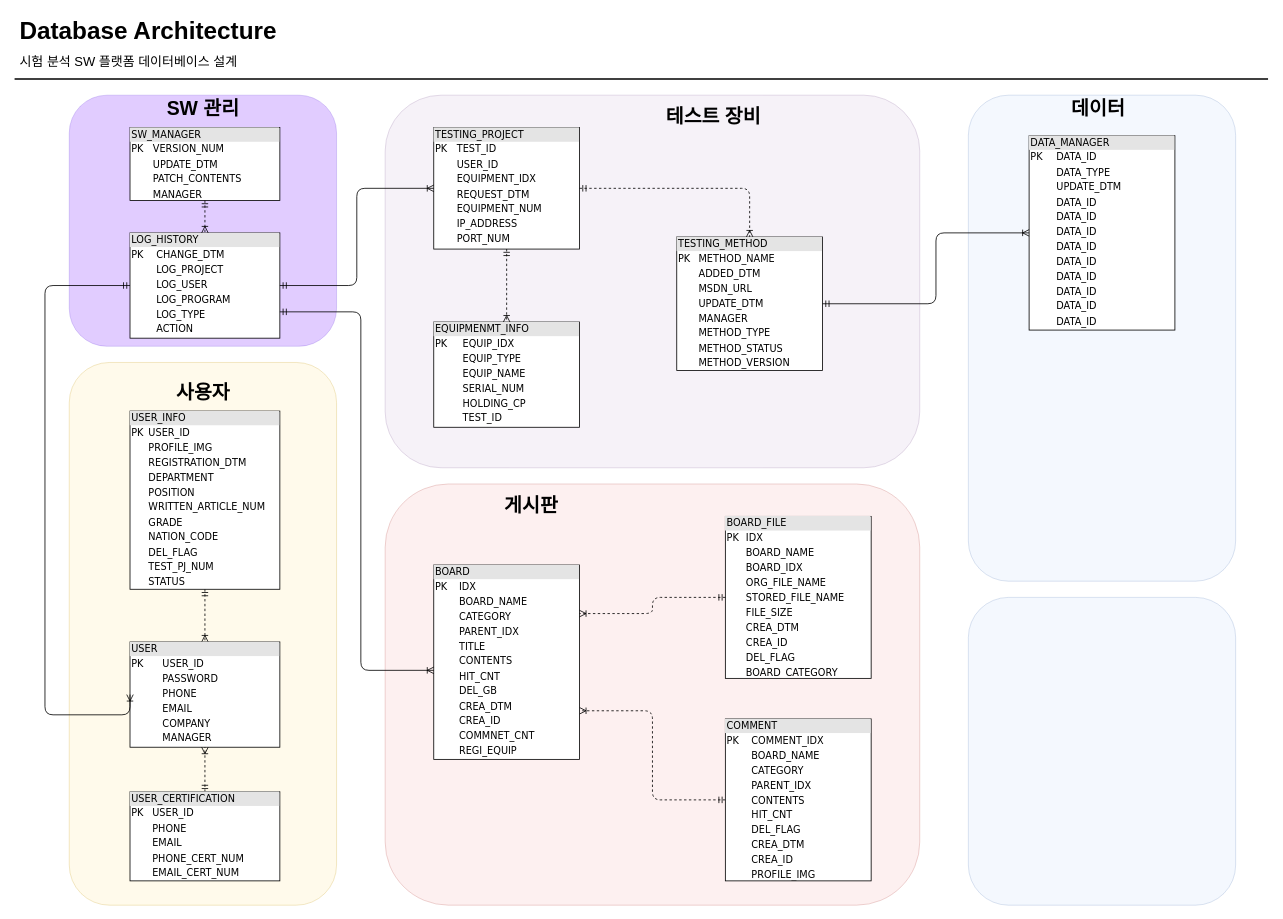
The draw.io diagram DB_architecture.drawio in penzance-jshan/test, before the edit. Source tidied: cells renumbered, new cells numbered last; positions are measured from the earlier drawing's top-left corner, leaving out a move shared by most shapes. Both pictures are drawn from the tidied source at 81%, with x=0, y=0 at pixel (14, 14).
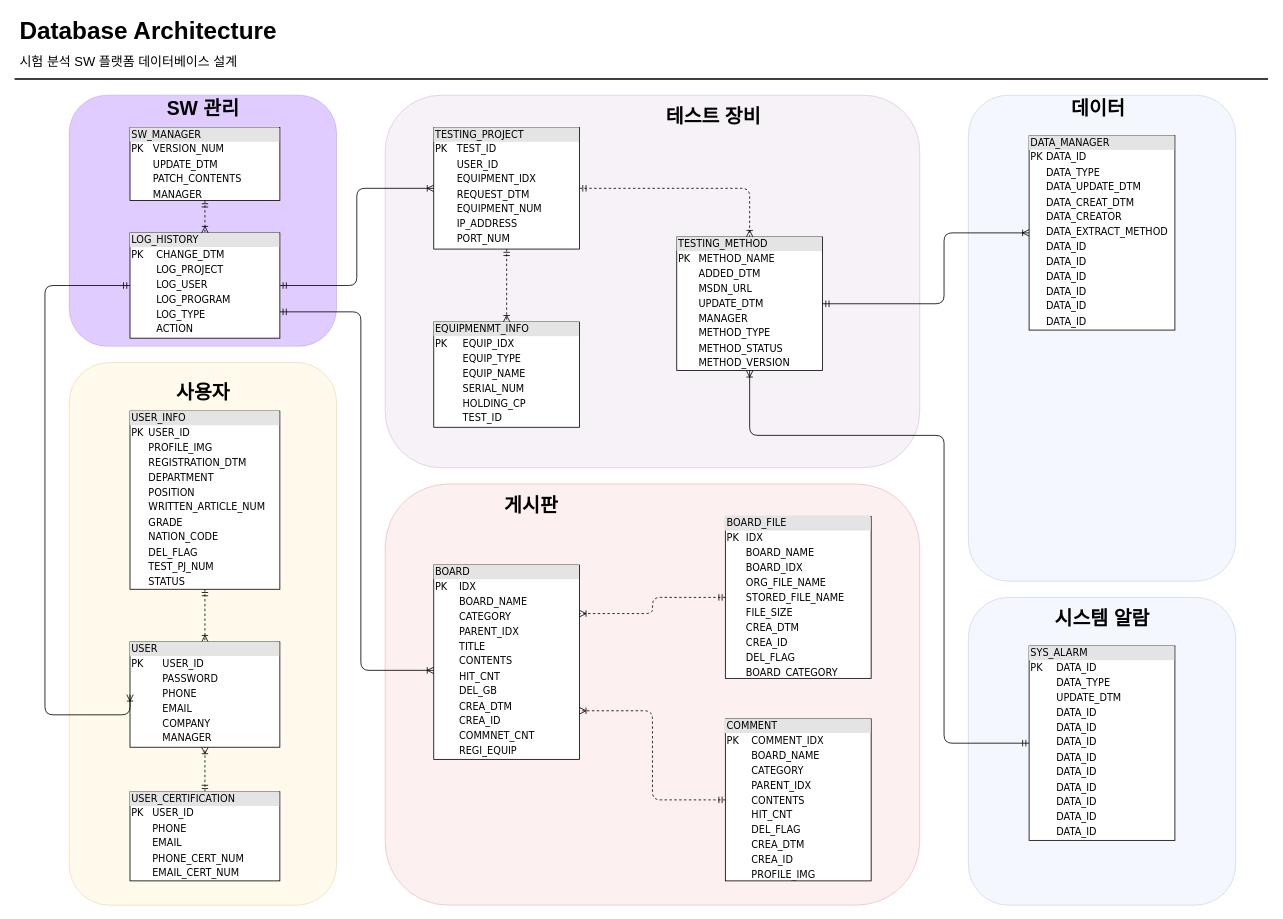
After the change.

Unchanged cells that the change refers to:
```xml
<mxCell id="9" value="&lt;div style=&quot;box-sizing: border-box ; width: 100% ; background: #e4e4e4 ; padding: 2px&quot;&gt;TESTING_METHOD&lt;/div&gt;&lt;table style=&quot;width: 100% ; font-size: 1em&quot; cellpadding=&quot;2&quot; cellspacing=&quot;0&quot;&gt;&lt;tbody&gt;&lt;tr&gt;&lt;td&gt;PK&lt;/td&gt;&lt;td&gt;METHOD_NAME&lt;/td&gt;&lt;/tr&gt;&lt;tr&gt;&lt;td&gt;&lt;/td&gt;&lt;td&gt;ADDED_DTM&lt;/td&gt;&lt;/tr&gt;&lt;tr&gt;&lt;td&gt;&lt;/td&gt;&lt;td&gt;MSDN_URL&lt;/td&gt;&lt;/tr&gt;&lt;tr&gt;&lt;td&gt;&lt;br&gt;&lt;/td&gt;&lt;td&gt;UPDATE_DTM&lt;br&gt;&lt;/td&gt;&lt;/tr&gt;&lt;tr&gt;&lt;td&gt;&lt;br&gt;&lt;/td&gt;&lt;td&gt;MANAGER&lt;/td&gt;&lt;/tr&gt;&lt;tr&gt;&lt;td&gt;&lt;br&gt;&lt;/td&gt;&lt;td&gt;METHOD_TYPE&lt;/td&gt;&lt;/tr&gt;&lt;tr&gt;&lt;td&gt;&lt;br&gt;&lt;/td&gt;&lt;td&gt;METHOD_STATUS&lt;/td&gt;&lt;/tr&gt;&lt;tr&gt;&lt;td&gt;&lt;br&gt;&lt;/td&gt;&lt;td&gt;METHOD_VERSION&lt;/td&gt;&lt;/tr&gt;&lt;/tbody&gt;&lt;/table&gt;" style="verticalAlign=top;align=left;overflow=fill;html=1;rounded=0;shadow=0;comic=0;labelBackgroundColor=none;strokeWidth=1;fontFamily=Verdana;fontSize=12;" parent="1" vertex="1">
  <mxGeometry x="818" y="275" width="180" height="165" as="geometry" />
</mxCell>
```

Diff of the diagram source:
```diff
@@
-    <mxCell id="26" value="&lt;div style=&quot;box-sizing: border-box ; width: 100% ; background: #e4e4e4 ; padding: 2px&quot;&gt;DATA_MANAGER&lt;/div&gt;&lt;table style=&quot;width: 100% ; font-size: 1em&quot; cellpadding=&quot;2&quot; cellspacing=&quot;0&quot;&gt;&lt;tbody&gt;&lt;tr&gt;&lt;td&gt;PK&lt;/td&gt;&lt;td&gt;DATA_ID&lt;/td&gt;&lt;td&gt;&lt;br&gt;&lt;/td&gt;&lt;/tr&gt;&lt;tr&gt;&lt;td&gt;&lt;br&gt;&lt;/td&gt;&lt;td&gt;DATA_TYPE&lt;br&gt;&lt;/td&gt;&lt;td&gt;&lt;br&gt;&lt;/td&gt;&lt;/tr&gt;&lt;tr&gt;&lt;td&gt;&lt;br&gt;&lt;/td&gt;&lt;td&gt;UPDATE_DTM&lt;/td&gt;&lt;td&gt;&lt;br&gt;&lt;/td&gt;&lt;/tr&gt;&lt;tr&gt;&lt;td&gt;&lt;br&gt;&lt;/td&gt;&lt;td&gt;DATA_ID&lt;br&gt;&lt;/td&gt;&lt;td&gt;&lt;br&gt;&lt;/td&gt;&lt;/tr&gt;&lt;tr&gt;&lt;td&gt;&lt;br&gt;&lt;/td&gt;&lt;td&gt;DATA_ID&lt;br&gt;&lt;/td&gt;&lt;td&gt;&lt;br&gt;&lt;/td&gt;&lt;/tr&gt;&lt;tr&gt;&lt;td&gt;&lt;br&gt;&lt;/td&gt;&lt;td&gt;DATA_ID&lt;br&gt;&lt;/td&gt;&lt;td&gt;&lt;br&gt;&lt;/td&gt;&lt;/tr&gt;&lt;tr&gt;&lt;td&gt;&lt;br&gt;&lt;/td&gt;&lt;td&gt;DATA_ID&lt;br&gt;&lt;/td&gt;&lt;td&gt;&lt;br&gt;&lt;/td&gt;&lt;/tr&gt;&lt;tr&gt;&lt;td&gt;&lt;br&gt;&lt;/td&gt;&lt;td&gt;DATA_ID&lt;br&gt;&lt;/td&gt;&lt;td&gt;&lt;br&gt;&lt;/td&gt;&lt;/tr&gt;&lt;tr&gt;&lt;td&gt;&lt;br&gt;&lt;/td&gt;&lt;td&gt;DATA_ID&lt;br&gt;&lt;/td&gt;&lt;td&gt;&lt;br&gt;&lt;/td&gt;&lt;/tr&gt;&lt;tr&gt;&lt;td&gt;&lt;br&gt;&lt;/td&gt;&lt;td&gt;DATA_ID&lt;br&gt;&lt;/td&gt;&lt;td&gt;&lt;br&gt;&lt;/td&gt;&lt;/tr&gt;&lt;tr&gt;&lt;td&gt;&lt;br&gt;&lt;/td&gt;&lt;td&gt;DATA_ID&lt;br&gt;&lt;/td&gt;&lt;td&gt;&lt;br&gt;&lt;/td&gt;&lt;/tr&gt;&lt;tr&gt;&lt;td&gt;&lt;br&gt;&lt;/td&gt;&lt;td&gt;DATA_ID&lt;br&gt;&lt;/td&gt;&lt;td&gt;&lt;br&gt;&lt;/td&gt;&lt;/tr&gt;&lt;/tbody&gt;&lt;/table&gt;" style="verticalAlign=top;align=left;overflow=fill;html=1;rounded=0;shadow=0;comic=0;labelBackgroundColor=none;strokeWidth=1;fontFamily=Verdana;fontSize=12;" parent="1" vertex="1">
+    <mxCell id="26" value="&lt;div style=&quot;box-sizing: border-box ; width: 100% ; background: #e4e4e4 ; padding: 2px&quot;&gt;DATA_MANAGER&lt;/div&gt;&lt;table style=&quot;width: 100% ; font-size: 1em&quot; cellpadding=&quot;2&quot; cellspacing=&quot;0&quot;&gt;&lt;tbody&gt;&lt;tr&gt;&lt;td&gt;PK&lt;/td&gt;&lt;td&gt;DATA_ID&lt;/td&gt;&lt;td&gt;&lt;br&gt;&lt;/td&gt;&lt;/tr&gt;&lt;tr&gt;&lt;td&gt;&lt;br&gt;&lt;/td&gt;&lt;td&gt;DATA_TYPE&lt;br&gt;&lt;/td&gt;&lt;td&gt;&lt;br&gt;&lt;/td&gt;&lt;/tr&gt;&lt;tr&gt;&lt;td&gt;&lt;br&gt;&lt;/td&gt;&lt;td&gt;DATA_UPDATE_DTM&lt;/td&gt;&lt;td&gt;&lt;br&gt;&lt;/td&gt;&lt;/tr&gt;&lt;tr&gt;&lt;td&gt;&lt;br&gt;&lt;/td&gt;&lt;td&gt;DATA_CREAT_DTM&lt;br&gt;&lt;/td&gt;&lt;td&gt;&lt;br&gt;&lt;/td&gt;&lt;/tr&gt;&lt;tr&gt;&lt;td&gt;&lt;br&gt;&lt;/td&gt;&lt;td&gt;DATA_CREATOR&lt;br&gt;&lt;/td&gt;&lt;td&gt;&lt;br&gt;&lt;/td&gt;&lt;/tr&gt;&lt;tr&gt;&lt;td&gt;&lt;br&gt;&lt;/td&gt;&lt;td&gt;DATA_EXTRACT_METHOD&lt;br&gt;&lt;/td&gt;&lt;td&gt;&lt;br&gt;&lt;/td&gt;&lt;/tr&gt;&lt;tr&gt;&lt;td&gt;&lt;br&gt;&lt;/td&gt;&lt;td&gt;DATA_ID&lt;br&gt;&lt;/td&gt;&lt;td&gt;&lt;br&gt;&lt;/td&gt;&lt;/tr&gt;&lt;tr&gt;&lt;td&gt;&lt;br&gt;&lt;/td&gt;&lt;td&gt;DATA_ID&lt;br&gt;&lt;/td&gt;&lt;td&gt;&lt;br&gt;&lt;/td&gt;&lt;/tr&gt;&lt;tr&gt;&lt;td&gt;&lt;br&gt;&lt;/td&gt;&lt;td&gt;DATA_ID&lt;br&gt;&lt;/td&gt;&lt;td&gt;&lt;br&gt;&lt;/td&gt;&lt;/tr&gt;&lt;tr&gt;&lt;td&gt;&lt;br&gt;&lt;/td&gt;&lt;td&gt;DATA_ID&lt;br&gt;&lt;/td&gt;&lt;td&gt;&lt;br&gt;&lt;/td&gt;&lt;/tr&gt;&lt;tr&gt;&lt;td&gt;&lt;br&gt;&lt;/td&gt;&lt;td&gt;DATA_ID&lt;br&gt;&lt;/td&gt;&lt;td&gt;&lt;br&gt;&lt;/td&gt;&lt;/tr&gt;&lt;tr&gt;&lt;td&gt;&lt;br&gt;&lt;/td&gt;&lt;td&gt;DATA_ID&lt;br&gt;&lt;/td&gt;&lt;td&gt;&lt;br&gt;&lt;/td&gt;&lt;/tr&gt;&lt;/tbody&gt;&lt;/table&gt;" style="verticalAlign=top;align=left;overflow=fill;html=1;rounded=0;shadow=0;comic=0;labelBackgroundColor=none;strokeWidth=1;fontFamily=Verdana;fontSize=12;" parent="1" vertex="1">
       <mxGeometry x="1253" y="150" width="180" height="240" as="geometry" />
     </mxCell>
@@
     <mxCell id="38" style="edgeStyle=orthogonalEdgeStyle;html=1;entryX=0;entryY=0.5;labelBackgroundColor=none;startArrow=ERmandOne;endArrow=ERoneToMany;fontFamily=Verdana;fontSize=12;align=left;exitX=1;exitY=0.5;exitDx=0;exitDy=0;entryDx=0;entryDy=0;" parent="1" edge="1" source="9" target="26">
       <mxGeometry relative="1" as="geometry">
         <Array as="points">
-          <mxPoint x="1138" y="358" />
-          <mxPoint x="1138" y="270" />
+          <mxPoint x="1148" y="358" />
+          <mxPoint x="1148" y="270" />
         </Array>
       </mxGeometry>
     </mxCell>
+    <mxCell id="39" value="시스템 알람" style="text;html=1;align=center;verticalAlign=top;spacingTop=-4;fontSize=24;fontStyle=1;" parent="1" vertex="1">
+      <mxGeometry x="1273" y="730" width="140" height="30" as="geometry" />
+    </mxCell>
+    <mxCell id="40" value="&lt;div style=&quot;box-sizing: border-box ; width: 100% ; background: #e4e4e4 ; padding: 2px&quot;&gt;SYS_ALARM&lt;/div&gt;&lt;table style=&quot;width: 100% ; font-size: 1em&quot; cellpadding=&quot;2&quot; cellspacing=&quot;0&quot;&gt;&lt;tbody&gt;&lt;tr&gt;&lt;td&gt;PK&lt;/td&gt;&lt;td&gt;DATA_ID&lt;/td&gt;&lt;td&gt;&lt;br&gt;&lt;/td&gt;&lt;/tr&gt;&lt;tr&gt;&lt;td&gt;&lt;br&gt;&lt;/td&gt;&lt;td&gt;DATA_TYPE&lt;br&gt;&lt;/td&gt;&lt;td&gt;&lt;br&gt;&lt;/td&gt;&lt;/tr&gt;&lt;tr&gt;&lt;td&gt;&lt;br&gt;&lt;/td&gt;&lt;td&gt;UPDATE_DTM&lt;/td&gt;&lt;td&gt;&lt;br&gt;&lt;/td&gt;&lt;/tr&gt;&lt;tr&gt;&lt;td&gt;&lt;br&gt;&lt;/td&gt;&lt;td&gt;DATA_ID&lt;br&gt;&lt;/td&gt;&lt;td&gt;&lt;br&gt;&lt;/td&gt;&lt;/tr&gt;&lt;tr&gt;&lt;td&gt;&lt;br&gt;&lt;/td&gt;&lt;td&gt;DATA_ID&lt;br&gt;&lt;/td&gt;&lt;td&gt;&lt;br&gt;&lt;/td&gt;&lt;/tr&gt;&lt;tr&gt;&lt;td&gt;&lt;br&gt;&lt;/td&gt;&lt;td&gt;DATA_ID&lt;br&gt;&lt;/td&gt;&lt;td&gt;&lt;br&gt;&lt;/td&gt;&lt;/tr&gt;&lt;tr&gt;&lt;td&gt;&lt;br&gt;&lt;/td&gt;&lt;td&gt;DATA_ID&lt;br&gt;&lt;/td&gt;&lt;td&gt;&lt;br&gt;&lt;/td&gt;&lt;/tr&gt;&lt;tr&gt;&lt;td&gt;&lt;br&gt;&lt;/td&gt;&lt;td&gt;DATA_ID&lt;br&gt;&lt;/td&gt;&lt;td&gt;&lt;br&gt;&lt;/td&gt;&lt;/tr&gt;&lt;tr&gt;&lt;td&gt;&lt;br&gt;&lt;/td&gt;&lt;td&gt;DATA_ID&lt;br&gt;&lt;/td&gt;&lt;td&gt;&lt;br&gt;&lt;/td&gt;&lt;/tr&gt;&lt;tr&gt;&lt;td&gt;&lt;br&gt;&lt;/td&gt;&lt;td&gt;DATA_ID&lt;br&gt;&lt;/td&gt;&lt;td&gt;&lt;br&gt;&lt;/td&gt;&lt;/tr&gt;&lt;tr&gt;&lt;td&gt;&lt;br&gt;&lt;/td&gt;&lt;td&gt;DATA_ID&lt;br&gt;&lt;/td&gt;&lt;td&gt;&lt;br&gt;&lt;/td&gt;&lt;/tr&gt;&lt;tr&gt;&lt;td&gt;&lt;br&gt;&lt;/td&gt;&lt;td&gt;DATA_ID&lt;br&gt;&lt;/td&gt;&lt;td&gt;&lt;br&gt;&lt;/td&gt;&lt;/tr&gt;&lt;/tbody&gt;&lt;/table&gt;" style="verticalAlign=top;align=left;overflow=fill;html=1;rounded=0;shadow=0;comic=0;labelBackgroundColor=none;strokeWidth=1;fontFamily=Verdana;fontSize=12;" parent="1" vertex="1">
+      <mxGeometry x="1253" y="780" width="180" height="240" as="geometry" />
+    </mxCell>
+    <mxCell id="41" style="edgeStyle=orthogonalEdgeStyle;html=1;entryX=0.5;entryY=1;labelBackgroundColor=none;startArrow=ERmandOne;endArrow=ERoneToMany;fontFamily=Verdana;fontSize=12;align=left;exitX=0;exitY=0.5;exitDx=0;exitDy=0;entryDx=0;entryDy=0;" parent="1" edge="1" source="40" target="9">
+      <mxGeometry relative="1" as="geometry">
+        <Array as="points">
+          <mxPoint x="1148" y="900" />
+          <mxPoint x="1148" y="520" />
+          <mxPoint x="908" y="520" />
+        </Array>
+      </mxGeometry>
+    </mxCell>
```
